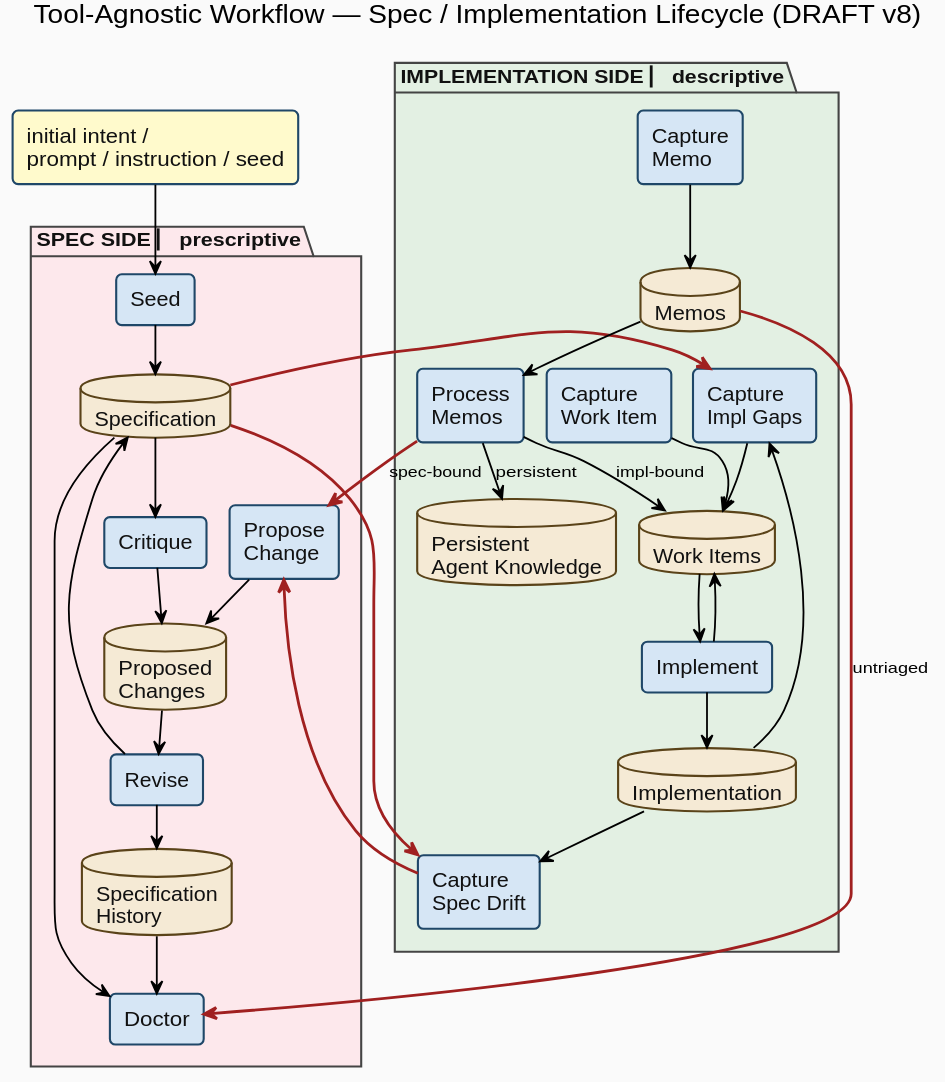
Above: research/workflow-processes/diagrams/draft-tool-agnostic-workflow.svg in thewoolleyman/livespec (PlantUML), before the change. The source it was exported from:
```plantuml
@startuml draft-tool-agnostic-workflow
title Tool-Agnostic Workflow — Spec / Implementation Lifecycle (DRAFT v8)


skinparam defaultFontName Helvetica
skinparam shadowing false
skinparam BackgroundColor #fafafa
skinparam ArrowColor #000000
skinparam ArrowFontColor #000000
skinparam ArrowFontSize 11
skinparam ArrowThickness 1.3
skinparam nodesep 16
skinparam ranksep 26
hide stereotype

skinparam package {
  FontColor #111
  FontSize 13
  FontStyle bold
  BorderColor #444
  BorderThickness 2
}

skinparam rectangle {
  BackgroundColor #d6e6f5
  BorderColor #1f4768
  FontColor #111
  RoundCorner 8
}

skinparam database {
  BackgroundColor #f5ead5
  BorderColor #5a4319
  FontColor #111
}


rectangle "initial intent /\nprompt / instruction / seed" as Input #fffacc


package "SPEC SIDE  ▏ prescriptive" as SpecPkg #fde8ec {
  rectangle "Seed" as Seed
  rectangle "Propose\nChange" as Propose
  rectangle "Critique" as Critique
  rectangle "Revise" as Revise
  rectangle "Doctor" as Doctor

  database "Specification" as Spec
  database "Proposed\nChanges" as PCQueue
  database "Specification\nHistory" as History
}


package "IMPLEMENTATION SIDE  ▏ descriptive" as ImplPkg #e3f0e3 {
  rectangle "Capture\nImpl Gaps" as CaptureImplGaps
  rectangle "Capture\nWork Item" as CaptureWorkItem
  rectangle "Implement" as Implement
  rectangle "Capture\nSpec Drift" as CaptureSpecDrift
  rectangle "Capture\nMemo" as CaptureMemo
  rectangle "Process\nMemos" as ProcessMemos

  database "Implementation" as Impl
  database "Work Items" as WorkItems
  database "Memos" as Memos
  database "Persistent\nAgent Knowledge" as AgentKnowledge
}


Input --> Seed

Seed --> Spec
Propose --> PCQueue
PCQueue --> Revise
Revise --> Spec
Revise --> History
Spec --> Critique
Critique --> PCQueue
Spec --> Doctor
History --> Doctor

Spec -[#a02020,thickness=2]-> CaptureImplGaps

Spec -[#a02020,thickness=2]-> CaptureSpecDrift

Impl --> CaptureImplGaps
CaptureImplGaps --> WorkItems
WorkItems --> Implement
Implement --> Impl
Implement --> WorkItems

CaptureWorkItem --> WorkItems

Impl --> CaptureSpecDrift

CaptureSpecDrift -[#a02020,thickness=2]-> Propose

CaptureMemo --> Memos
Memos --> ProcessMemos
ProcessMemos --> WorkItems : impl-bound
ProcessMemos --> AgentKnowledge : persistent

ProcessMemos -[#a02020,thickness=2]-> Propose : spec-bound

Memos -[#a02020,thickness=2]-> Doctor : untriaged

@enduml
```
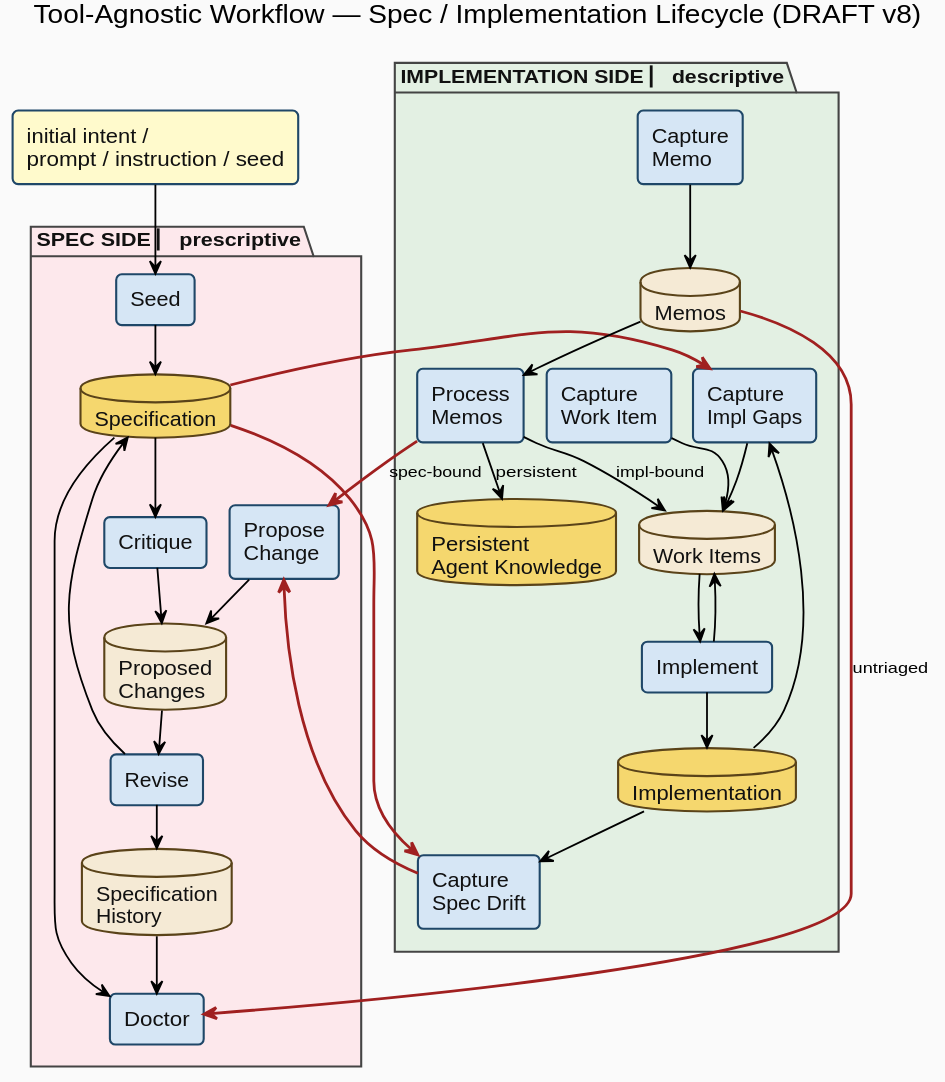
The same diagram one commit later.

Change to the diagram source:
```diff
@@ -45,7 +45,7 @@
   rectangle "Revise" as Revise
   rectangle "Doctor" as Doctor
 
-  database "Specification" as Spec
+  database "Specification" as Spec #f5d76e
   database "Proposed\nChanges" as PCQueue
   database "Specification\nHistory" as History
 }
@@ -59,10 +59,10 @@
   rectangle "Capture\nMemo" as CaptureMemo
   rectangle "Process\nMemos" as ProcessMemos
 
-  database "Implementation" as Impl
+  database "Implementation" as Impl #f5d76e
   database "Work Items" as WorkItems
   database "Memos" as Memos
-  database "Persistent\nAgent Knowledge" as AgentKnowledge
+  database "Persistent\nAgent Knowledge" as AgentKnowledge #f5d76e
 }
 
 
```
